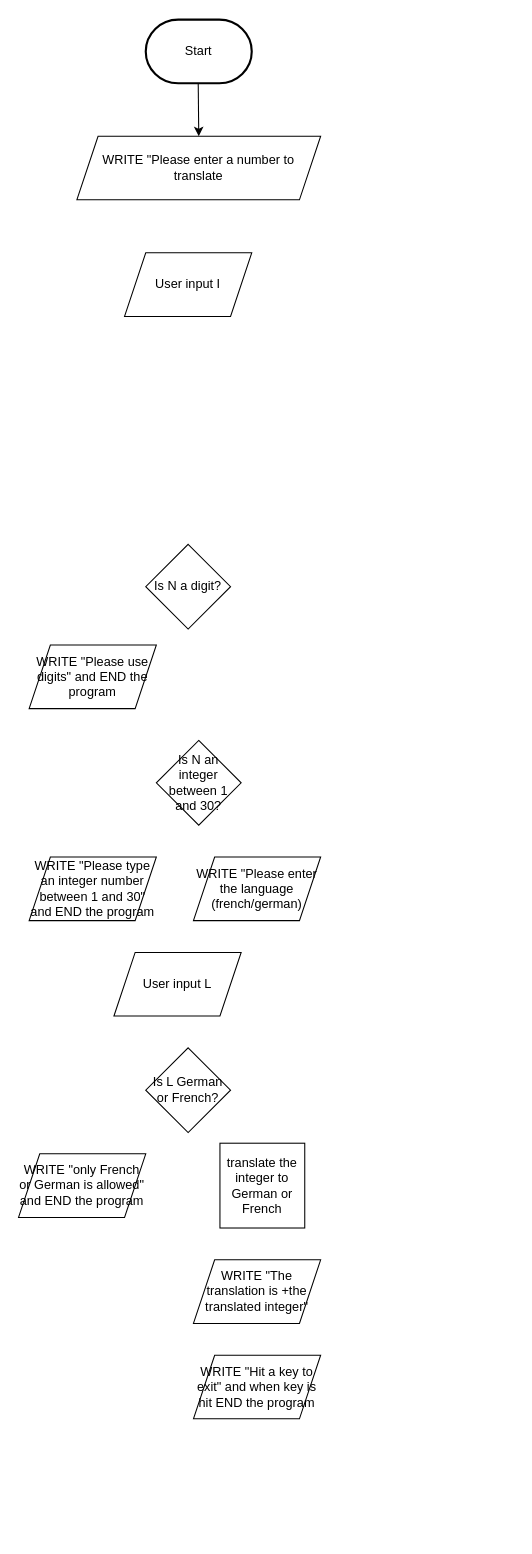
Before: Untitled Diagram.drawio in AdelaKrckova/Integer-translator, a draw.io diagram. Source tidied: cells renumbered, new cells numbered last; positions are measured from the earlier drawing's top-left corner, leaving out a move shared by most shapes. Both pictures are drawn from the tidied source at 106%, with x=0, y=0 at pixel (18, 19).
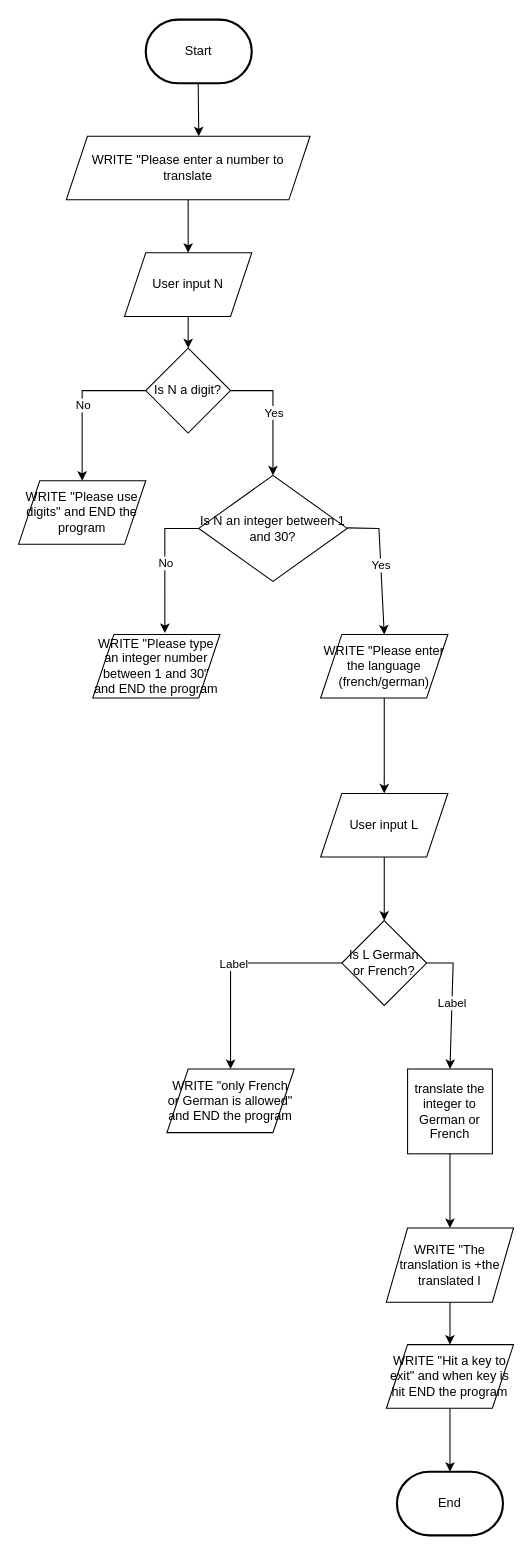
Above is the later version.

Diff of the diagram source:
```diff
@@
     <mxCell id="4" value="WRITE &quot;Please enter a number to translate" style="shape=parallelogram;perimeter=parallelogramPerimeter;whiteSpace=wrap;html=1;fixedSize=1;" parent="1" vertex="1">
-      <mxGeometry x="55" y="110" width="230" height="60" as="geometry" />
+      <mxGeometry x="45" y="110" width="230" height="60" as="geometry" />
     </mxCell>
-    <mxCell id="5" value="User input I" style="shape=parallelogram;perimeter=parallelogramPerimeter;whiteSpace=wrap;html=1;fixedSize=1;" parent="1" vertex="1">
+    <mxCell id="5" value="User input N" style="shape=parallelogram;perimeter=parallelogramPerimeter;whiteSpace=wrap;html=1;fixedSize=1;" parent="1" vertex="1">
       <mxGeometry x="100" y="220" width="120" height="60" as="geometry" />
     </mxCell>
     <mxCell id="6" value="Is N a digit?" style="rhombus;whiteSpace=wrap;html=1;" parent="1" vertex="1">
-      <mxGeometry x="120" y="495" width="80" height="80" as="geometry" />
+      <mxGeometry x="120" y="310" width="80" height="80" as="geometry" />
     </mxCell>
     <mxCell id="7" value="WRITE &quot;Please use digits&quot; and END the program" style="shape=parallelogram;perimeter=parallelogramPerimeter;whiteSpace=wrap;html=1;fixedSize=1;" parent="1" vertex="1">
-      <mxGeometry x="10" y="590" width="120" height="60" as="geometry" />
+      <mxGeometry y="435" width="120" height="60" as="geometry" />
     </mxCell>
     <mxCell id="8" value="Is N an integer between 1 and 30?" style="rhombus;whiteSpace=wrap;html=1;" parent="1" vertex="1">
-      <mxGeometry x="130" y="680" width="80" height="80" as="geometry" />
+      <mxGeometry x="170" y="430" width="140" height="100" as="geometry" />
     </mxCell>
     <mxCell id="9" value="WRITE &quot;Please type an integer number between 1 and 30&quot; and END the program" style="shape=parallelogram;perimeter=parallelogramPerimeter;whiteSpace=wrap;html=1;fixedSize=1;" parent="1" vertex="1">
-      <mxGeometry x="10" y="790" width="120" height="60" as="geometry" />
+      <mxGeometry x="70" y="580" width="120" height="60" as="geometry" />
     </mxCell>
+    <mxCell id="17" style="edgeStyle=orthogonalEdgeStyle;rounded=0;jettySize=auto;html=1;exitX=0.5;exitY=1;exitDx=0;exitDy=0;entryX=0.5;entryY=0;entryDx=0;entryDy=0;" parent="1" edge="1" source="10" target="11">
+      <mxGeometry relative="1" as="geometry" />
+    </mxCell>
     <mxCell id="10" value="WRITE &quot;Please enter the language (french/german)" style="shape=parallelogram;perimeter=parallelogramPerimeter;whiteSpace=wrap;html=1;fixedSize=1;" parent="1" vertex="1">
-      <mxGeometry x="165" y="790" width="120" height="60" as="geometry" />
+      <mxGeometry x="285" y="580" width="120" height="60" as="geometry" />
     </mxCell>
+    <mxCell id="18" style="edgeStyle=orthogonalEdgeStyle;rounded=0;jettySize=auto;html=1;entryX=0.5;entryY=0;entryDx=0;entryDy=0;" parent="1" edge="1" source="11" target="12">
+      <mxGeometry relative="1" as="geometry" />
+    </mxCell>
     <mxCell id="11" value="User input L" style="shape=parallelogram;perimeter=parallelogramPerimeter;whiteSpace=wrap;html=1;fixedSize=1;" parent="1" vertex="1">
-      <mxGeometry x="90" y="880" width="120" height="60" as="geometry" />
+      <mxGeometry x="285" y="730" width="120" height="60" as="geometry" />
     </mxCell>
     <mxCell id="12" value="Is L German or French?" style="rhombus;whiteSpace=wrap;html=1;" parent="1" vertex="1">
-      <mxGeometry x="120" y="970" width="80" height="80" as="geometry" />
+      <mxGeometry x="305" y="850" width="80" height="80" as="geometry" />
     </mxCell>
     <mxCell id="13" value="WRITE &quot;only French or German is allowed&quot; and END the program" style="shape=parallelogram;perimeter=parallelogramPerimeter;whiteSpace=wrap;html=1;fixedSize=1;" parent="1" vertex="1">
-      <mxGeometry y="1070" width="120" height="60" as="geometry" />
+      <mxGeometry x="140" y="990" width="120" height="60" as="geometry" />
     </mxCell>
+    <mxCell id="19" style="edgeStyle=orthogonalEdgeStyle;rounded=0;jettySize=auto;html=1;exitX=0.5;exitY=1;exitDx=0;exitDy=0;" parent="1" edge="1" source="14" target="15">
+      <mxGeometry relative="1" as="geometry" />
+    </mxCell>
     <mxCell id="14" value="translate the integer to German or French" style="whiteSpace=wrap;html=1;" parent="1" vertex="1">
-      <mxGeometry x="190" y="1060" width="80" height="80" as="geometry" />
+      <mxGeometry x="367" y="990" width="80" height="80" as="geometry" />
     </mxCell>
+    <mxCell id="20" style="edgeStyle=orthogonalEdgeStyle;rounded=0;jettySize=auto;html=1;" parent="1" edge="1" source="15" target="16">
+      <mxGeometry relative="1" as="geometry" />
+    </mxCell>
-    <mxCell id="15" value="WRITE &quot;The translation is +the translated integer&quot;" style="shape=parallelogram;perimeter=parallelogramPerimeter;whiteSpace=wrap;html=1;fixedSize=1;" parent="1" vertex="1">
-      <mxGeometry x="165" y="1170" width="120" height="60" as="geometry" />
+    <mxCell id="15" value="WRITE &quot;The translation is +the translated I" style="shape=parallelogram;perimeter=parallelogramPerimeter;whiteSpace=wrap;html=1;fixedSize=1;" parent="1" vertex="1">
+      <mxGeometry x="347" y="1140" width="120" height="70" as="geometry" />
     </mxCell>
+    <mxCell id="21" style="edgeStyle=orthogonalEdgeStyle;rounded=0;jettySize=auto;html=1;exitX=0.5;exitY=1;exitDx=0;exitDy=0;entryX=0.5;entryY=0;entryDx=0;entryDy=0;entryPerimeter=0;" parent="1" edge="1" source="16" target="36">
+      <mxGeometry relative="1" as="geometry" />
+    </mxCell>
     <mxCell id="16" value="WRITE &quot;Hit a key to exit&quot; and when key is hit END the program" style="shape=parallelogram;perimeter=parallelogramPerimeter;whiteSpace=wrap;html=1;fixedSize=1;" parent="1" vertex="1">
-      <mxGeometry x="165" y="1260" width="120" height="60" as="geometry" />
+      <mxGeometry x="347" y="1250" width="120" height="60" as="geometry" />
     </mxCell>
+    <mxCell id="22" style="endArrow=classic;html=1;rounded=0;exitX=0.5;exitY=1;exitDx=0;exitDy=0;" parent="1" edge="1" source="4" target="5">
+      <mxGeometry relative="1" as="geometry" />
+    </mxCell>
+    <mxCell id="23" style="endArrow=classic;html=1;rounded=0;exitX=0.5;exitY=1;exitDx=0;exitDy=0;" parent="1" edge="1" source="5" target="6">
+      <mxGeometry relative="1" as="geometry" />
+    </mxCell>
+    <mxCell id="24" style="endArrow=classic;html=1;rounded=0;entryX=0.5;entryY=0;entryDx=0;entryDy=0;exitX=0;exitY=0.5;exitDx=0;exitDy=0;" parent="1" edge="1" source="6" target="7">
+      <mxGeometry relative="1" as="geometry">
+        <Array as="points">
+          <mxPoint x="60" y="350" />
+        </Array>
+      </mxGeometry>
+    </mxCell>
+    <mxCell id="25" value="No" style="edgeLabel;html=1;align=center;verticalAlign=middle;" parent="24" vertex="1">
+      <mxGeometry relative="1" as="geometry" />
+    </mxCell>
+    <mxCell id="26" style="endArrow=classic;html=1;rounded=0;entryX=0.5;entryY=0;entryDx=0;entryDy=0;exitX=1;exitY=0.5;exitDx=0;exitDy=0;" parent="1" edge="1" source="6" target="8">
+      <mxGeometry relative="1" as="geometry">
+        <Array as="points">
+          <mxPoint x="240" y="350" />
+        </Array>
+      </mxGeometry>
+    </mxCell>
+    <mxCell id="27" value="Yes" style="edgeLabel;html=1;align=center;verticalAlign=middle;" parent="26" vertex="1">
+      <mxGeometry relative="1" as="geometry" />
+    </mxCell>
+    <mxCell id="28" style="endArrow=classic;html=1;rounded=0;entryX=0.567;entryY=-0.023;entryDx=0;entryDy=0;entryPerimeter=0;exitX=0;exitY=0.5;exitDx=0;exitDy=0;" parent="1" edge="1" source="8" target="9">
+      <mxGeometry relative="1" as="geometry">
+        <Array as="points">
+          <mxPoint x="138" y="480" />
+        </Array>
+      </mxGeometry>
+    </mxCell>
+    <mxCell id="29" value="No" style="edgeLabel;html=1;align=center;verticalAlign=middle;" parent="28" vertex="1">
+      <mxGeometry relative="1" as="geometry" />
+    </mxCell>
+    <mxCell id="30" style="endArrow=classic;html=1;rounded=0;entryX=0.5;entryY=0;entryDx=0;entryDy=0;" parent="1" edge="1" target="10">
+      <mxGeometry relative="1" as="geometry">
+        <mxPoint x="310" y="479.5" as="sourcePoint" />
+        <Array as="points">
+          <mxPoint x="340" y="480" />
+        </Array>
+      </mxGeometry>
+    </mxCell>
+    <mxCell id="31" value="Yes" style="edgeLabel;html=1;align=center;verticalAlign=middle;" parent="30" vertex="1">
+      <mxGeometry relative="1" as="geometry" />
+    </mxCell>
+    <mxCell id="32" style="endArrow=classic;html=1;rounded=0;entryX=0.5;entryY=0;entryDx=0;entryDy=0;exitX=0;exitY=0.5;exitDx=0;exitDy=0;" parent="1" edge="1" source="12" target="13">
+      <mxGeometry relative="1" as="geometry">
+        <Array as="points">
+          <mxPoint x="200" y="890" />
+        </Array>
+      </mxGeometry>
+    </mxCell>
+    <mxCell id="33" value="Label" style="edgeLabel;html=1;align=center;verticalAlign=middle;" parent="32" vertex="1">
+      <mxGeometry relative="1" as="geometry" />
+    </mxCell>
+    <mxCell id="34" style="endArrow=classic;html=1;rounded=0;entryX=0.5;entryY=0;entryDx=0;entryDy=0;exitX=1;exitY=0.5;exitDx=0;exitDy=0;" parent="1" edge="1" source="12" target="14">
+      <mxGeometry relative="1" as="geometry">
+        <Array as="points">
+          <mxPoint x="410" y="890" />
+        </Array>
+      </mxGeometry>
+    </mxCell>
+    <mxCell id="35" value="Label" style="edgeLabel;html=1;align=center;verticalAlign=middle;" parent="34" vertex="1">
+      <mxGeometry relative="1" as="geometry" />
+    </mxCell>
+    <mxCell id="36" value="End" style="strokeWidth=2;html=1;shape=mxgraph.flowchart.terminator;whiteSpace=wrap;" parent="1" vertex="1">
+      <mxGeometry x="357" y="1370" width="100" height="60" as="geometry" />
+    </mxCell>
```
